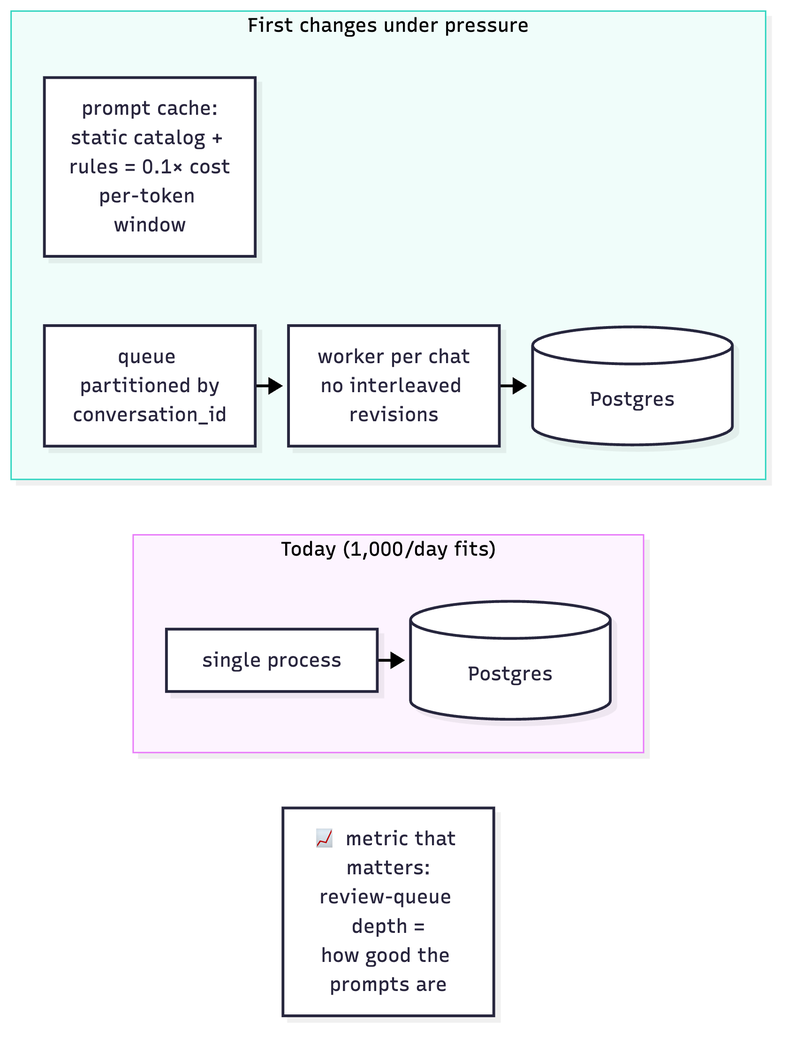
Above: docs/diagrams/04-at-scale.png in Selopez24/axial-quote-engine (Mermaid), before the change. Its source is kept beside it as docs/diagrams/src/04-at-scale.mmd.
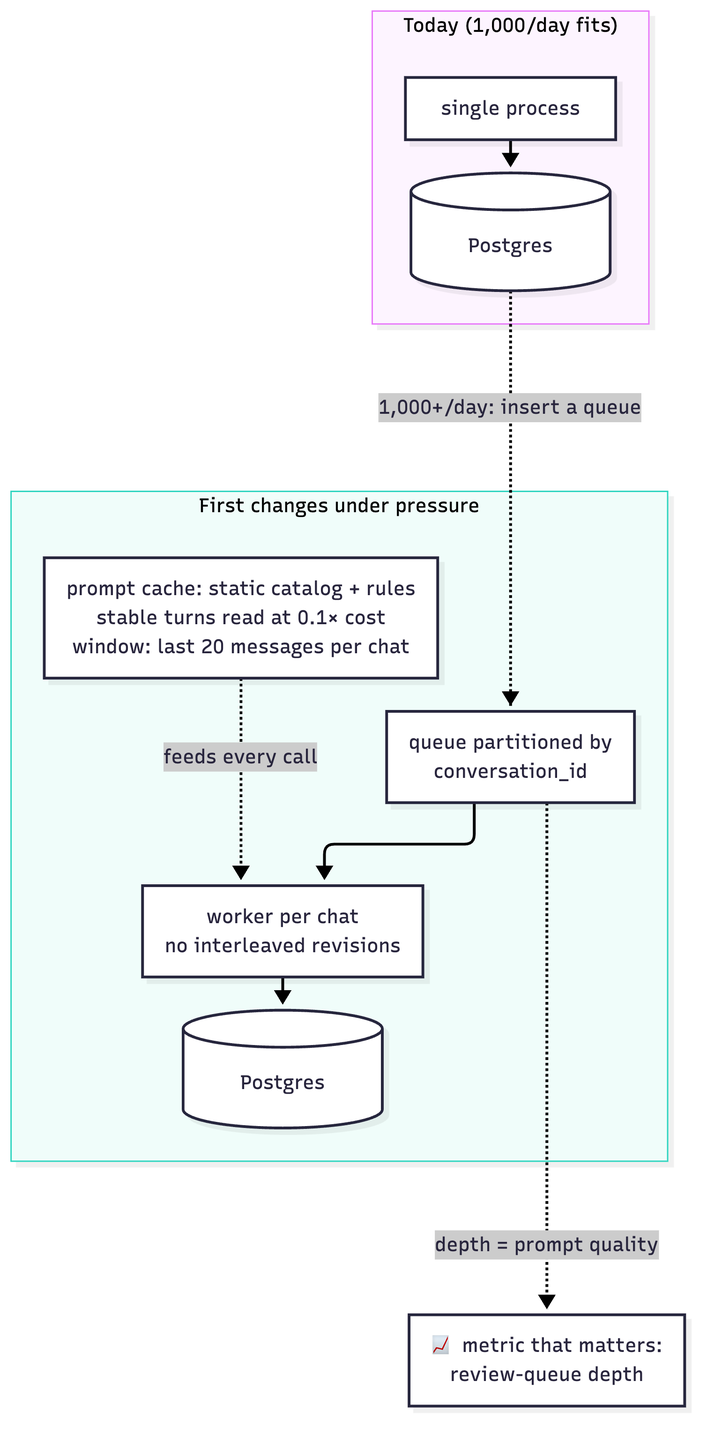
After the change.

Change to the diagram source:
```diff
@@ -1,10 +1,12 @@
-flowchart LR
+flowchart TB
     subgraph today["Today (1,000/day fits)"]
         W1["single process"] --> PG[(Postgres)]
     end
+    PG -.->|"1,000+/day: insert a queue"| Q
     subgraph next["First changes under pressure"]
         Q["queue partitioned by<br/>conversation_id"] --> W2["worker per chat<br/>no interleaved revisions"]
         W2 --> PG2[(Postgres)]
-        CACHE["prompt cache:<br/>static catalog + rules = 0.1× cost<br/>per-token window"]
+        CACHE["prompt cache: static catalog + rules<br/>stable turns read at 0.1× cost<br/>window: last 20 messages per chat"]
+        CACHE -.->|"feeds every call"| W2
     end
-    METRIC["📈 metric that matters:<br/>review-queue depth =<br/>how good the prompts are"]
+    Q -.->|"depth = prompt quality"| METRIC["📈 metric that matters:<br/>review-queue depth"]
```
